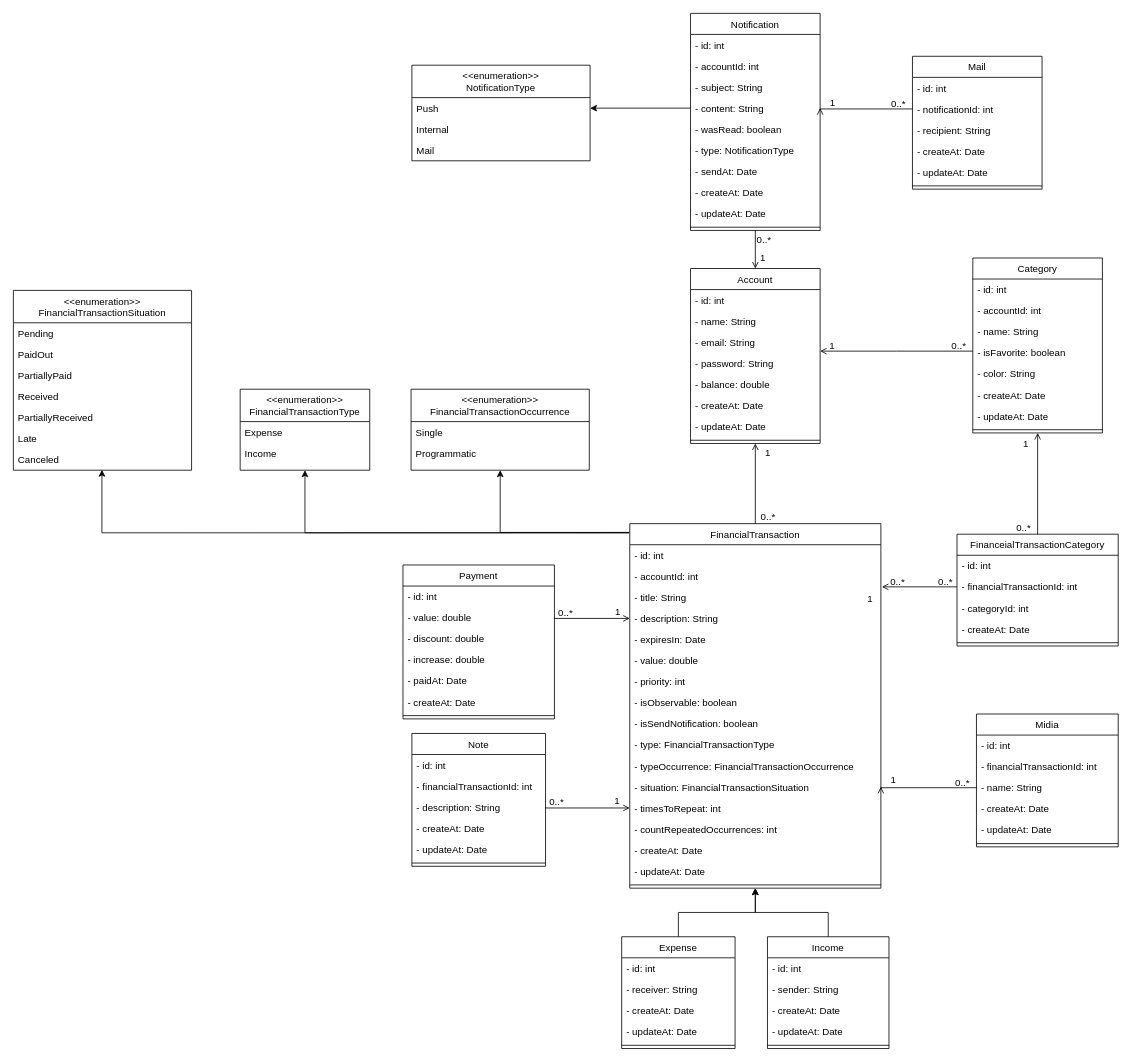
This is docs/class.diagram.drawio from Danrley-Ruan-Saquetti/esliph-finance, a draw.io file, before an edit. Source tidied: cells renumbered, new cells numbered last; positions are measured from the earlier drawing's top-left corner, leaving out a move shared by most shapes. Both pictures are drawn from the tidied source at 81%, with x=0, y=0 at pixel (13, 13).
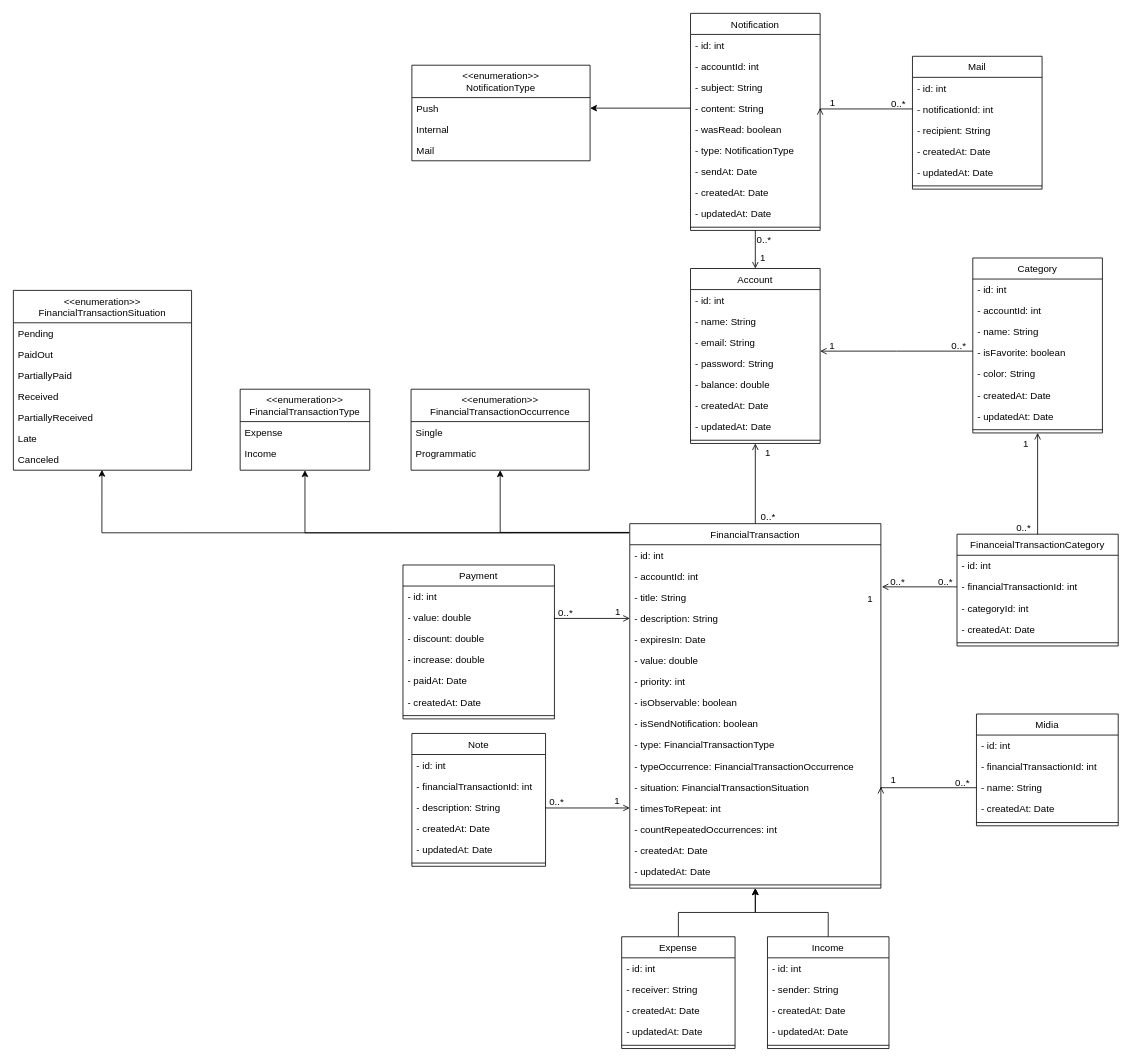
Above is the later version.

Unchanged cells that the change refers to:
```xml
<mxCell id="2" value="Account" style="swimlane;fontStyle=0;align=center;verticalAlign=top;horizontal=1;startSize=26;rounded=0;shadow=0;strokeWidth=1;" parent="1" vertex="1">
  <mxGeometry x="836" y="315" width="160" height="216" as="geometry" />
</mxCell>
<mxCell id="11" value="Category" style="swimlane;fontStyle=0;align=center;verticalAlign=top;horizontal=1;startSize=26;rounded=0;shadow=0;strokeWidth=1;" parent="1" vertex="1">
  <mxGeometry x="1184.5" y="302" width="160" height="216" as="geometry" />
</mxCell>
<mxCell id="26" value="FinancialTransaction" style="swimlane;fontStyle=0;align=center;verticalAlign=top;horizontal=1;startSize=26;rounded=0;shadow=0;strokeWidth=1;" parent="1" vertex="1">
  <mxGeometry x="761" y="630" width="310" height="450" as="geometry" />
</mxCell>
<mxCell id="59" value="Expense" style="swimlane;fontStyle=0;align=center;verticalAlign=top;horizontal=1;startSize=26;rounded=0;shadow=0;strokeWidth=1;" parent="1" vertex="1">
  <mxGeometry x="751" y="1140" width="140" height="138" as="geometry" />
</mxCell>
<mxCell id="66" value="Income" style="swimlane;fontStyle=0;align=center;verticalAlign=top;horizontal=1;startSize=26;rounded=0;shadow=0;strokeWidth=1;" parent="1" vertex="1">
  <mxGeometry x="931" y="1140" width="150" height="138" as="geometry" />
</mxCell>
<mxCell id="75" value="Notification" style="swimlane;fontStyle=0;align=center;verticalAlign=top;horizontal=1;startSize=26;rounded=0;shadow=0;strokeWidth=1;" parent="1" vertex="1">
  <mxGeometry x="836" width="160" height="268" as="geometry" />
</mxCell>
<mxCell id="100" value="Payment" style="swimlane;fontStyle=0;align=center;verticalAlign=top;horizontal=1;startSize=26;rounded=0;shadow=0;strokeWidth=1;" parent="1" vertex="1">
  <mxGeometry x="481" y="681" width="187" height="190" as="geometry" />
</mxCell>
<mxCell id="111" value="Note" style="swimlane;fontStyle=0;align=center;verticalAlign=top;horizontal=1;startSize=26;rounded=0;shadow=0;strokeWidth=1;" parent="1" vertex="1">
  <mxGeometry x="492" y="889" width="165" height="164" as="geometry" />
</mxCell>
<mxCell id="121" value="FinanceialTransactionCategory" style="swimlane;fontStyle=0;align=center;verticalAlign=top;horizontal=1;startSize=26;rounded=0;shadow=0;strokeWidth=1;" parent="1" vertex="1">
  <mxGeometry x="1165" y="643" width="199" height="138" as="geometry" />
</mxCell>
<mxCell id="138" value="Mail" style="swimlane;fontStyle=0;align=center;verticalAlign=top;horizontal=1;startSize=26;rounded=0;shadow=0;strokeWidth=1;" parent="1" vertex="1">
  <mxGeometry x="1110" y="53" width="160" height="164" as="geometry" />
</mxCell>
```

Change to the diagram source:
```diff
@@
-    <mxCell id="8" value="- createAt: Date" style="text;align=left;verticalAlign=top;spacingLeft=4;spacingRight=4;overflow=hidden;rounded=0;shadow=0;html=0;" parent="2" vertex="1">
+    <mxCell id="8" value="- createdAt: Date" style="text;align=left;verticalAlign=top;spacingLeft=4;spacingRight=4;overflow=hidden;rounded=0;shadow=0;html=0;" parent="2" vertex="1">
       <mxGeometry y="156" width="160" height="26" as="geometry" />
     </mxCell>
-    <mxCell id="9" value="- updateAt: Date" style="text;align=left;verticalAlign=top;spacingLeft=4;spacingRight=4;overflow=hidden;rounded=0;shadow=0;html=0;" parent="2" vertex="1">
+    <mxCell id="9" value="- updatedAt: Date" style="text;align=left;verticalAlign=top;spacingLeft=4;spacingRight=4;overflow=hidden;rounded=0;shadow=0;html=0;" parent="2" vertex="1">
       <mxGeometry y="182" width="160" height="26" as="geometry" />
     </mxCell>
@@
-    <mxCell id="17" value="- createAt: Date" style="text;align=left;verticalAlign=top;spacingLeft=4;spacingRight=4;overflow=hidden;rounded=0;shadow=0;html=0;" parent="11" vertex="1">
+    <mxCell id="17" value="- createdAt: Date" style="text;align=left;verticalAlign=top;spacingLeft=4;spacingRight=4;overflow=hidden;rounded=0;shadow=0;html=0;" parent="11" vertex="1">
       <mxGeometry y="156" width="160" height="26" as="geometry" />
     </mxCell>
-    <mxCell id="18" value="- updateAt: Date" style="text;align=left;verticalAlign=top;spacingLeft=4;spacingRight=4;overflow=hidden;rounded=0;shadow=0;html=0;" parent="11" vertex="1">
+    <mxCell id="18" value="- updatedAt: Date" style="text;align=left;verticalAlign=top;spacingLeft=4;spacingRight=4;overflow=hidden;rounded=0;shadow=0;html=0;" parent="11" vertex="1">
       <mxGeometry y="182" width="160" height="26" as="geometry" />
     </mxCell>
@@
-    <mxCell id="41" value="- createAt: Date" style="text;align=left;verticalAlign=top;spacingLeft=4;spacingRight=4;overflow=hidden;rounded=0;shadow=0;html=0;" parent="26" vertex="1">
+    <mxCell id="41" value="- createdAt: Date" style="text;align=left;verticalAlign=top;spacingLeft=4;spacingRight=4;overflow=hidden;rounded=0;shadow=0;html=0;" parent="26" vertex="1">
       <mxGeometry y="390" width="310" height="26" as="geometry" />
     </mxCell>
-    <mxCell id="42" value="- updateAt: Date" style="text;align=left;verticalAlign=top;spacingLeft=4;spacingRight=4;overflow=hidden;rounded=0;shadow=0;html=0;" parent="26" vertex="1">
+    <mxCell id="42" value="- updatedAt: Date" style="text;align=left;verticalAlign=top;spacingLeft=4;spacingRight=4;overflow=hidden;rounded=0;shadow=0;html=0;" parent="26" vertex="1">
       <mxGeometry y="416" width="310" height="26" as="geometry" />
     </mxCell>
@@
-    <mxCell id="62" value="- createAt: Date" style="text;align=left;verticalAlign=top;spacingLeft=4;spacingRight=4;overflow=hidden;rounded=0;shadow=0;html=0;" parent="59" vertex="1">
+    <mxCell id="62" value="- createdAt: Date" style="text;align=left;verticalAlign=top;spacingLeft=4;spacingRight=4;overflow=hidden;rounded=0;shadow=0;html=0;" parent="59" vertex="1">
       <mxGeometry y="78" width="140" height="26" as="geometry" />
     </mxCell>
-    <mxCell id="63" value="- updateAt: Date" style="text;align=left;verticalAlign=top;spacingLeft=4;spacingRight=4;overflow=hidden;rounded=0;shadow=0;html=0;" parent="59" vertex="1">
+    <mxCell id="63" value="- updatedAt: Date" style="text;align=left;verticalAlign=top;spacingLeft=4;spacingRight=4;overflow=hidden;rounded=0;shadow=0;html=0;" parent="59" vertex="1">
       <mxGeometry y="104" width="140" height="26" as="geometry" />
     </mxCell>
@@
-    <mxCell id="69" value="- createAt: Date" style="text;align=left;verticalAlign=top;spacingLeft=4;spacingRight=4;overflow=hidden;rounded=0;shadow=0;html=0;" parent="66" vertex="1">
+    <mxCell id="69" value="- createdAt: Date" style="text;align=left;verticalAlign=top;spacingLeft=4;spacingRight=4;overflow=hidden;rounded=0;shadow=0;html=0;" parent="66" vertex="1">
       <mxGeometry y="78" width="150" height="26" as="geometry" />
     </mxCell>
-    <mxCell id="70" value="- updateAt: Date" style="text;align=left;verticalAlign=top;spacingLeft=4;spacingRight=4;overflow=hidden;rounded=0;shadow=0;html=0;" parent="66" vertex="1">
+    <mxCell id="70" value="- updatedAt: Date" style="text;align=left;verticalAlign=top;spacingLeft=4;spacingRight=4;overflow=hidden;rounded=0;shadow=0;html=0;" parent="66" vertex="1">
       <mxGeometry y="104" width="150" height="26" as="geometry" />
     </mxCell>
@@
-    <mxCell id="83" value="- createAt: Date" style="text;align=left;verticalAlign=top;spacingLeft=4;spacingRight=4;overflow=hidden;rounded=0;shadow=0;html=0;" parent="75" vertex="1">
+    <mxCell id="83" value="- createdAt: Date" style="text;align=left;verticalAlign=top;spacingLeft=4;spacingRight=4;overflow=hidden;rounded=0;shadow=0;html=0;" parent="75" vertex="1">
       <mxGeometry y="208" width="160" height="26" as="geometry" />
     </mxCell>
-    <mxCell id="84" value="- updateAt: Date" style="text;align=left;verticalAlign=top;spacingLeft=4;spacingRight=4;overflow=hidden;rounded=0;shadow=0;html=0;" parent="75" vertex="1">
+    <mxCell id="84" value="- updatedAt: Date" style="text;align=left;verticalAlign=top;spacingLeft=4;spacingRight=4;overflow=hidden;rounded=0;shadow=0;html=0;" parent="75" vertex="1">
       <mxGeometry y="234" width="160" height="26" as="geometry" />
     </mxCell>
@@
     <mxCell id="86" value="Midia" style="swimlane;fontStyle=0;align=center;verticalAlign=top;horizontal=1;startSize=26;rounded=0;shadow=0;strokeWidth=1;" parent="1" vertex="1">
-      <mxGeometry x="1189" y="865" width="175" height="164" as="geometry" />
+      <mxGeometry x="1189" y="865" width="175" height="138" as="geometry" />
     </mxCell>
@@
-    <mxCell id="90" value="- createAt: Date" style="text;align=left;verticalAlign=top;spacingLeft=4;spacingRight=4;overflow=hidden;rounded=0;shadow=0;html=0;" parent="86" vertex="1">
+    <mxCell id="90" value="- createdAt: Date" style="text;align=left;verticalAlign=top;spacingLeft=4;spacingRight=4;overflow=hidden;rounded=0;shadow=0;html=0;" parent="86" vertex="1">
       <mxGeometry y="104" width="175" height="26" as="geometry" />
     </mxCell>
-    <mxCell id="91" value="- updateAt: Date" style="text;align=left;verticalAlign=top;spacingLeft=4;spacingRight=4;overflow=hidden;rounded=0;shadow=0;html=0;" parent="86" vertex="1">
-      <mxGeometry y="130" width="175" height="26" as="geometry" />
-    </mxCell>
     <mxCell id="92" style="line;html=1;strokeWidth=1;align=left;verticalAlign=middle;spacingTop=-1;spacingLeft=3;spacingRight=3;labelPosition=right;" parent="86" vertex="1">
-      <mxGeometry y="156" width="175" height="8" as="geometry" />
+      <mxGeometry y="130" width="175" height="8" as="geometry" />
     </mxCell>
@@
-    <mxCell id="106" value="- createAt: Date" style="text;align=left;verticalAlign=top;spacingLeft=4;spacingRight=4;overflow=hidden;rounded=0;shadow=0;html=0;" parent="100" vertex="1">
+    <mxCell id="106" value="- createdAt: Date" style="text;align=left;verticalAlign=top;spacingLeft=4;spacingRight=4;overflow=hidden;rounded=0;shadow=0;html=0;" parent="100" vertex="1">
       <mxGeometry y="156" width="187" height="26" as="geometry" />
     </mxCell>
@@
-    <mxCell id="115" value="- createAt: Date" style="text;align=left;verticalAlign=top;spacingLeft=4;spacingRight=4;overflow=hidden;rounded=0;shadow=0;html=0;" parent="111" vertex="1">
+    <mxCell id="115" value="- createdAt: Date" style="text;align=left;verticalAlign=top;spacingLeft=4;spacingRight=4;overflow=hidden;rounded=0;shadow=0;html=0;" parent="111" vertex="1">
       <mxGeometry y="104" width="165" height="26" as="geometry" />
     </mxCell>
-    <mxCell id="116" value="- updateAt: Date" style="text;align=left;verticalAlign=top;spacingLeft=4;spacingRight=4;overflow=hidden;rounded=0;shadow=0;html=0;" parent="111" vertex="1">
+    <mxCell id="116" value="- updatedAt: Date" style="text;align=left;verticalAlign=top;spacingLeft=4;spacingRight=4;overflow=hidden;rounded=0;shadow=0;html=0;" parent="111" vertex="1">
       <mxGeometry y="130" width="165" height="26" as="geometry" />
     </mxCell>
@@
-    <mxCell id="125" value="- createAt: Date" style="text;align=left;verticalAlign=top;spacingLeft=4;spacingRight=4;overflow=hidden;rounded=0;shadow=0;html=0;" parent="121" vertex="1">
+    <mxCell id="125" value="- createdAt: Date" style="text;align=left;verticalAlign=top;spacingLeft=4;spacingRight=4;overflow=hidden;rounded=0;shadow=0;html=0;" parent="121" vertex="1">
       <mxGeometry y="104" width="199" height="26" as="geometry" />
     </mxCell>
@@
-    <mxCell id="142" value="- createAt: Date" style="text;align=left;verticalAlign=top;spacingLeft=4;spacingRight=4;overflow=hidden;rounded=0;shadow=0;html=0;" parent="138" vertex="1">
+    <mxCell id="142" value="- createdAt: Date" style="text;align=left;verticalAlign=top;spacingLeft=4;spacingRight=4;overflow=hidden;rounded=0;shadow=0;html=0;" parent="138" vertex="1">
       <mxGeometry y="104" width="160" height="26" as="geometry" />
     </mxCell>
-    <mxCell id="143" value="- updateAt: Date" style="text;align=left;verticalAlign=top;spacingLeft=4;spacingRight=4;overflow=hidden;rounded=0;shadow=0;html=0;" parent="138" vertex="1">
+    <mxCell id="143" value="- updatedAt: Date" style="text;align=left;verticalAlign=top;spacingLeft=4;spacingRight=4;overflow=hidden;rounded=0;shadow=0;html=0;" parent="138" vertex="1">
       <mxGeometry y="130" width="160" height="26" as="geometry" />
     </mxCell>
```
